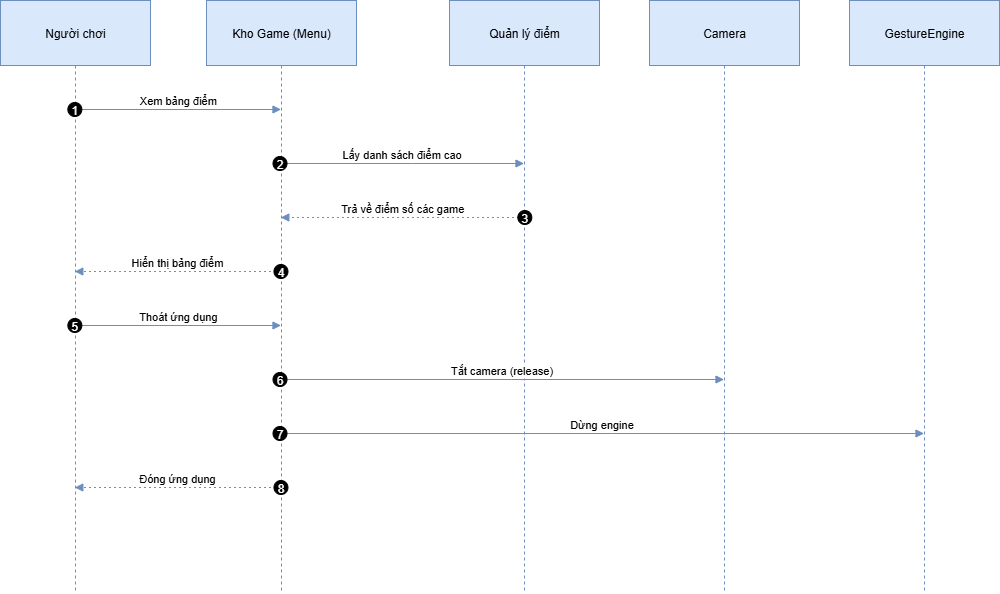
Before: UML/bangdiem.drawio.png, a diagram exported from draw.io (MinhToan4/BTL_PYTHON). Source tidied: cells renumbered, new cells last; positions are measured from the earlier drawing's top-left corner, leaving out a move shared by most shapes. Its diagram source:
```xml
<mxGraphModel>
  <root>
    <mxCell id="0" />
    <mxCell id="1" parent="0" />
    <mxCell id="2" value="Người chơi" style="shape=umlLifeline;perimeter=lifelinePerimeter;whiteSpace=wrap;outlineConnect=0;portConstraint=eastwest;newEdgeStyle={&quot;edgeStyle&quot;:&quot;elbowEdgeStyle&quot;,&quot;elbow&quot;:&quot;vertical&quot;,&quot;curved&quot;:0,&quot;rounded&quot;:0};size=65;fillColor=#dae8fc;strokeColor=#6c8ebf;" parent="1" vertex="1">
      <mxGeometry width="150" height="592" as="geometry" />
    </mxCell>
    <mxCell id="3" value="Kho Game (Menu)" style="shape=umlLifeline;perimeter=lifelinePerimeter;whiteSpace=wrap;outlineConnect=0;portConstraint=eastwest;newEdgeStyle={&quot;edgeStyle&quot;:&quot;elbowEdgeStyle&quot;,&quot;elbow&quot;:&quot;vertical&quot;,&quot;curved&quot;:0,&quot;rounded&quot;:0};size=65;fillColor=#dae8fc;strokeColor=#6c8ebf;" parent="1" vertex="1">
      <mxGeometry x="206" width="150" height="592" as="geometry" />
    </mxCell>
    <mxCell id="4" value="Quản lý điểm" style="shape=umlLifeline;perimeter=lifelinePerimeter;whiteSpace=wrap;outlineConnect=0;portConstraint=eastwest;newEdgeStyle={&quot;edgeStyle&quot;:&quot;elbowEdgeStyle&quot;,&quot;elbow&quot;:&quot;vertical&quot;,&quot;curved&quot;:0,&quot;rounded&quot;:0};size=65;fillColor=#dae8fc;strokeColor=#6c8ebf;" parent="1" vertex="1">
      <mxGeometry x="449" width="150" height="592" as="geometry" />
    </mxCell>
    <mxCell id="5" value="Camera" style="shape=umlLifeline;perimeter=lifelinePerimeter;whiteSpace=wrap;outlineConnect=0;portConstraint=eastwest;newEdgeStyle={&quot;edgeStyle&quot;:&quot;elbowEdgeStyle&quot;,&quot;elbow&quot;:&quot;vertical&quot;,&quot;curved&quot;:0,&quot;rounded&quot;:0};size=65;fillColor=#dae8fc;strokeColor=#6c8ebf;" parent="1" vertex="1">
      <mxGeometry x="649" width="150" height="592" as="geometry" />
    </mxCell>
    <mxCell id="6" value="GestureEngine" style="shape=umlLifeline;perimeter=lifelinePerimeter;whiteSpace=wrap;outlineConnect=0;portConstraint=eastwest;newEdgeStyle={&quot;edgeStyle&quot;:&quot;elbowEdgeStyle&quot;,&quot;elbow&quot;:&quot;vertical&quot;,&quot;curved&quot;:0,&quot;rounded&quot;:0};size=65;fillColor=#dae8fc;strokeColor=#6c8ebf;" parent="1" vertex="1">
      <mxGeometry x="849" width="150" height="592" as="geometry" />
    </mxCell>
    <mxCell id="7" value="Xem bảng điểm" style="verticalAlign=bottom;edgeStyle=elbowEdgeStyle;elbow=vertical;curved=0;rounded=0;endArrow=block;fillColor=#dae8fc;strokeColor=#6c8ebf;" parent="1" edge="1" source="2" target="3">
      <mxGeometry relative="1" as="geometry">
        <Array as="points">
          <mxPoint x="187" y="109" />
        </Array>
      </mxGeometry>
    </mxCell>
    <mxCell id="8" value="1" style="ellipse;fillColor=#000000;align=center;fontColor=#FFFFFF;" parent="7" vertex="1">
      <mxGeometry width="14" height="14" relative="1" as="geometry">
        <mxPoint x="-110.5" y="-7" as="offset" />
      </mxGeometry>
    </mxCell>
    <mxCell id="9" value="Lấy danh sách điểm cao" style="verticalAlign=bottom;edgeStyle=elbowEdgeStyle;elbow=vertical;curved=0;rounded=0;endArrow=block;fillColor=#dae8fc;strokeColor=#6c8ebf;" parent="1" edge="1" source="3" target="4">
      <mxGeometry relative="1" as="geometry">
        <Array as="points">
          <mxPoint x="411" y="163" />
        </Array>
      </mxGeometry>
    </mxCell>
    <mxCell id="10" value="2" style="ellipse;fillColor=#000000;align=center;fontColor=#FFFFFF;" parent="9" vertex="1">
      <mxGeometry width="14" height="14" relative="1" as="geometry">
        <mxPoint x="-129" y="-7" as="offset" />
      </mxGeometry>
    </mxCell>
    <mxCell id="11" value="Trả về điểm số các game" style="verticalAlign=bottom;edgeStyle=elbowEdgeStyle;elbow=vertical;curved=0;rounded=0;dashed=1;dashPattern=2 3;endArrow=block;fillColor=#dae8fc;strokeColor=#6c8ebf;" parent="1" edge="1" source="4" target="3">
      <mxGeometry relative="1" as="geometry">
        <Array as="points">
          <mxPoint x="414" y="217" />
        </Array>
      </mxGeometry>
    </mxCell>
    <mxCell id="12" value="3" style="ellipse;fillColor=#000000;align=center;fontColor=#FFFFFF;" parent="11" vertex="1">
      <mxGeometry width="14" height="14" relative="1" as="geometry">
        <mxPoint x="115" y="-7" as="offset" />
      </mxGeometry>
    </mxCell>
    <mxCell id="13" value="Hiển thị bảng điểm" style="verticalAlign=bottom;edgeStyle=elbowEdgeStyle;elbow=vertical;curved=0;rounded=0;dashed=1;dashPattern=2 3;endArrow=block;fillColor=#dae8fc;strokeColor=#6c8ebf;" parent="1" edge="1" source="3" target="2">
      <mxGeometry relative="1" as="geometry">
        <Array as="points">
          <mxPoint x="190" y="271" />
        </Array>
      </mxGeometry>
    </mxCell>
    <mxCell id="14" value="4" style="ellipse;fillColor=#000000;align=center;fontColor=#FFFFFF;" parent="13" vertex="1">
      <mxGeometry width="14" height="14" relative="1" as="geometry">
        <mxPoint x="96.5" y="-7" as="offset" />
      </mxGeometry>
    </mxCell>
    <mxCell id="15" value="Thoát ứng dụng" style="verticalAlign=bottom;edgeStyle=elbowEdgeStyle;elbow=vertical;curved=0;rounded=0;endArrow=block;fillColor=#dae8fc;strokeColor=#6c8ebf;" parent="1" edge="1" source="2" target="3">
      <mxGeometry relative="1" as="geometry">
        <Array as="points">
          <mxPoint x="187" y="325" />
        </Array>
      </mxGeometry>
    </mxCell>
    <mxCell id="16" value="5" style="ellipse;fillColor=#000000;align=center;fontColor=#FFFFFF;" parent="15" vertex="1">
      <mxGeometry width="14" height="14" relative="1" as="geometry">
        <mxPoint x="-110.5" y="-7" as="offset" />
      </mxGeometry>
    </mxCell>
    <mxCell id="17" value="Tắt camera (release)" style="verticalAlign=bottom;edgeStyle=elbowEdgeStyle;elbow=vertical;curved=0;rounded=0;endArrow=block;fillColor=#dae8fc;strokeColor=#6c8ebf;" parent="1" edge="1" source="3" target="5">
      <mxGeometry relative="1" as="geometry">
        <Array as="points">
          <mxPoint x="511" y="379" />
        </Array>
      </mxGeometry>
    </mxCell>
    <mxCell id="18" value="6" style="ellipse;fillColor=#000000;align=center;fontColor=#FFFFFF;" parent="17" vertex="1">
      <mxGeometry width="14" height="14" relative="1" as="geometry">
        <mxPoint x="-229" y="-7" as="offset" />
      </mxGeometry>
    </mxCell>
    <mxCell id="19" value="Dừng engine" style="verticalAlign=bottom;edgeStyle=elbowEdgeStyle;elbow=vertical;curved=0;rounded=0;endArrow=block;fillColor=#dae8fc;strokeColor=#6c8ebf;" parent="1" edge="1" source="3" target="6">
      <mxGeometry relative="1" as="geometry">
        <Array as="points">
          <mxPoint x="611" y="433" />
        </Array>
      </mxGeometry>
    </mxCell>
    <mxCell id="20" value="7" style="ellipse;fillColor=#000000;align=center;fontColor=#FFFFFF;" parent="19" vertex="1">
      <mxGeometry width="14" height="14" relative="1" as="geometry">
        <mxPoint x="-329" y="-7" as="offset" />
      </mxGeometry>
    </mxCell>
    <mxCell id="21" value="Đóng ứng dụng" style="verticalAlign=bottom;edgeStyle=elbowEdgeStyle;elbow=vertical;curved=0;rounded=0;dashed=1;dashPattern=2 3;endArrow=block;fillColor=#dae8fc;strokeColor=#6c8ebf;" parent="1" edge="1" source="3" target="2">
      <mxGeometry relative="1" as="geometry">
        <Array as="points">
          <mxPoint x="190" y="487" />
        </Array>
      </mxGeometry>
    </mxCell>
    <mxCell id="22" value="8" style="ellipse;fillColor=#000000;align=center;fontColor=#FFFFFF;" parent="21" vertex="1">
      <mxGeometry width="14" height="14" relative="1" as="geometry">
        <mxPoint x="96.5" y="-7" as="offset" />
      </mxGeometry>
    </mxCell>
  </root>
</mxGraphModel>
```
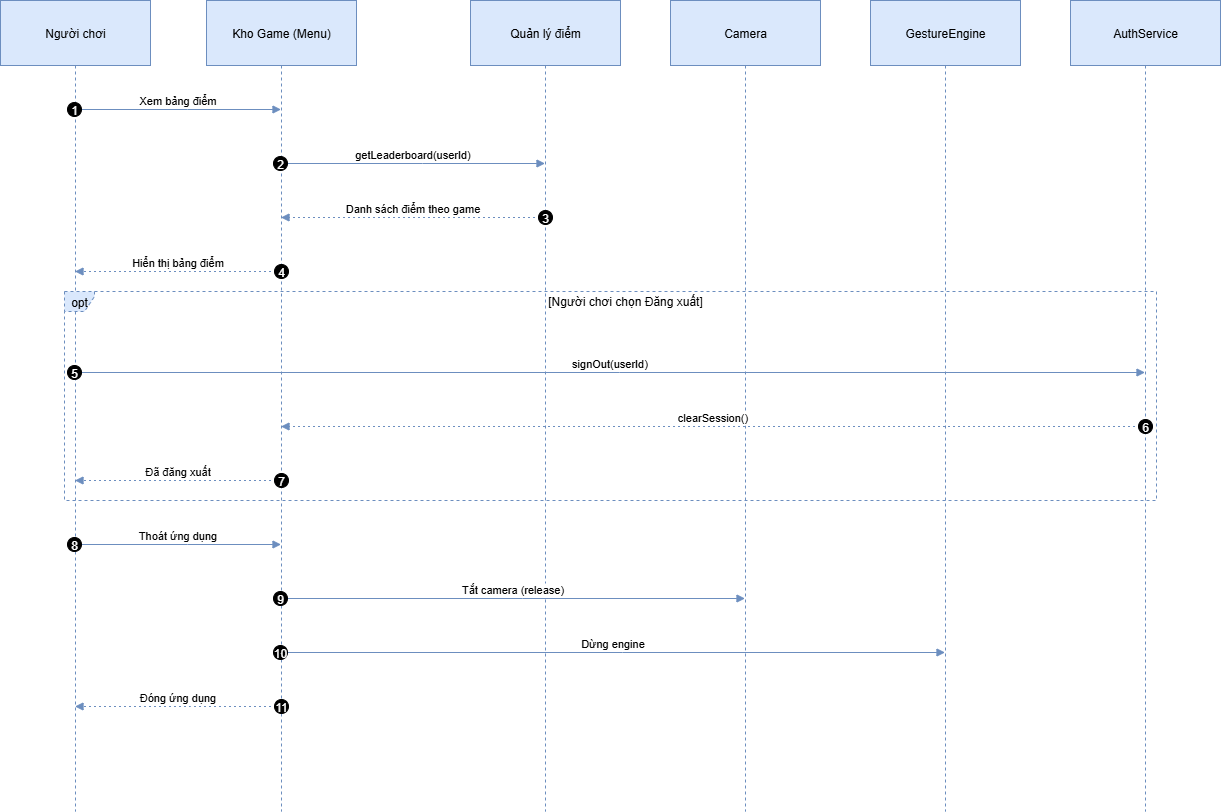
After the change.

What changed in the source:
```diff
@@ -3,24 +3,33 @@
     <mxCell id="0" />
     <mxCell id="1" parent="0" />
     <mxCell id="2" value="Người chơi" style="shape=umlLifeline;perimeter=lifelinePerimeter;whiteSpace=wrap;outlineConnect=0;portConstraint=eastwest;newEdgeStyle={&quot;edgeStyle&quot;:&quot;elbowEdgeStyle&quot;,&quot;elbow&quot;:&quot;vertical&quot;,&quot;curved&quot;:0,&quot;rounded&quot;:0};size=65;fillColor=#dae8fc;strokeColor=#6c8ebf;" parent="1" vertex="1">
-      <mxGeometry width="150" height="592" as="geometry" />
+      <mxGeometry x="-21" width="150" height="811" as="geometry" />
     </mxCell>
     <mxCell id="3" value="Kho Game (Menu)" style="shape=umlLifeline;perimeter=lifelinePerimeter;whiteSpace=wrap;outlineConnect=0;portConstraint=eastwest;newEdgeStyle={&quot;edgeStyle&quot;:&quot;elbowEdgeStyle&quot;,&quot;elbow&quot;:&quot;vertical&quot;,&quot;curved&quot;:0,&quot;rounded&quot;:0};size=65;fillColor=#dae8fc;strokeColor=#6c8ebf;" parent="1" vertex="1">
-      <mxGeometry x="206" width="150" height="592" as="geometry" />
+      <mxGeometry x="185" width="150" height="811" as="geometry" />
     </mxCell>
     <mxCell id="4" value="Quản lý điểm" style="shape=umlLifeline;perimeter=lifelinePerimeter;whiteSpace=wrap;outlineConnect=0;portConstraint=eastwest;newEdgeStyle={&quot;edgeStyle&quot;:&quot;elbowEdgeStyle&quot;,&quot;elbow&quot;:&quot;vertical&quot;,&quot;curved&quot;:0,&quot;rounded&quot;:0};size=65;fillColor=#dae8fc;strokeColor=#6c8ebf;" parent="1" vertex="1">
-      <mxGeometry x="449" width="150" height="592" as="geometry" />
+      <mxGeometry x="449" width="150" height="811" as="geometry" />
     </mxCell>
     <mxCell id="5" value="Camera" style="shape=umlLifeline;perimeter=lifelinePerimeter;whiteSpace=wrap;outlineConnect=0;portConstraint=eastwest;newEdgeStyle={&quot;edgeStyle&quot;:&quot;elbowEdgeStyle&quot;,&quot;elbow&quot;:&quot;vertical&quot;,&quot;curved&quot;:0,&quot;rounded&quot;:0};size=65;fillColor=#dae8fc;strokeColor=#6c8ebf;" parent="1" vertex="1">
-      <mxGeometry x="649" width="150" height="592" as="geometry" />
+      <mxGeometry x="649" width="150" height="811" as="geometry" />
     </mxCell>
     <mxCell id="6" value="GestureEngine" style="shape=umlLifeline;perimeter=lifelinePerimeter;whiteSpace=wrap;outlineConnect=0;portConstraint=eastwest;newEdgeStyle={&quot;edgeStyle&quot;:&quot;elbowEdgeStyle&quot;,&quot;elbow&quot;:&quot;vertical&quot;,&quot;curved&quot;:0,&quot;rounded&quot;:0};size=65;fillColor=#dae8fc;strokeColor=#6c8ebf;" parent="1" vertex="1">
-      <mxGeometry x="849" width="150" height="592" as="geometry" />
+      <mxGeometry x="849" width="150" height="811" as="geometry" />
     </mxCell>
+    <mxCell id="23" value="AuthService" style="shape=umlLifeline;perimeter=lifelinePerimeter;whiteSpace=wrap;outlineConnect=0;portConstraint=eastwest;newEdgeStyle={&quot;edgeStyle&quot;:&quot;elbowEdgeStyle&quot;,&quot;elbow&quot;:&quot;vertical&quot;,&quot;curved&quot;:0,&quot;rounded&quot;:0};size=65;fillColor=#dae8fc;strokeColor=#6c8ebf;" parent="1" vertex="1">
+      <mxGeometry x="1049" width="150" height="811" as="geometry" />
+    </mxCell>
+    <mxCell id="24" value="opt" style="shape=umlFrame;dashed=1;strokeColor=#6c8ebf;height=20;width=30;fillColor=#dae8fc;" parent="1" vertex="1">
+      <mxGeometry x="43" y="291" width="1092" height="209" as="geometry" />
+    </mxCell>
+    <mxCell id="25" value="[Người chơi chọn Đăng xuất]" style="text;strokeColor=none;fillColor=none;align=center;verticalAlign=middle;whiteSpace=wrap;" parent="24" vertex="1">
+      <mxGeometry x="30" width="1062" height="20" as="geometry" />
+    </mxCell>
     <mxCell id="7" value="Xem bảng điểm" style="verticalAlign=bottom;edgeStyle=elbowEdgeStyle;elbow=vertical;curved=0;rounded=0;endArrow=block;fillColor=#dae8fc;strokeColor=#6c8ebf;" parent="1" edge="1" source="2" target="3">
       <mxGeometry relative="1" as="geometry">
         <Array as="points">
-          <mxPoint x="187" y="109" />
+          <mxPoint x="166" y="109" />
         </Array>
       </mxGeometry>
     </mxCell>
@@ -29,34 +38,34 @@
         <mxPoint x="-110.5" y="-7" as="offset" />
       </mxGeometry>
     </mxCell>
-    <mxCell id="9" value="Lấy danh sách điểm cao" style="verticalAlign=bottom;edgeStyle=elbowEdgeStyle;elbow=vertical;curved=0;rounded=0;endArrow=block;fillColor=#dae8fc;strokeColor=#6c8ebf;" parent="1" edge="1" source="3" target="4">
+    <mxCell id="9" value="getLeaderboard(userId)" style="verticalAlign=bottom;edgeStyle=elbowEdgeStyle;elbow=vertical;curved=0;rounded=0;endArrow=block;fillColor=#dae8fc;strokeColor=#6c8ebf;" parent="1" edge="1" source="3" target="4">
       <mxGeometry relative="1" as="geometry">
         <Array as="points">
-          <mxPoint x="411" y="163" />
+          <mxPoint x="401" y="163" />
         </Array>
       </mxGeometry>
     </mxCell>
     <mxCell id="10" value="2" style="ellipse;fillColor=#000000;align=center;fontColor=#FFFFFF;" parent="9" vertex="1">
       <mxGeometry width="14" height="14" relative="1" as="geometry">
-        <mxPoint x="-129" y="-7" as="offset" />
+        <mxPoint x="-139.5" y="-7" as="offset" />
       </mxGeometry>
     </mxCell>
-    <mxCell id="11" value="Trả về điểm số các game" style="verticalAlign=bottom;edgeStyle=elbowEdgeStyle;elbow=vertical;curved=0;rounded=0;dashed=1;dashPattern=2 3;endArrow=block;fillColor=#dae8fc;strokeColor=#6c8ebf;" parent="1" edge="1" source="4" target="3">
+    <mxCell id="11" value="Danh sách điểm theo game" style="verticalAlign=bottom;edgeStyle=elbowEdgeStyle;elbow=vertical;curved=0;rounded=0;dashed=1;dashPattern=2 3;endArrow=block;fillColor=#dae8fc;strokeColor=#6c8ebf;" parent="1" edge="1" source="4" target="3">
       <mxGeometry relative="1" as="geometry">
         <Array as="points">
-          <mxPoint x="414" y="217" />
+          <mxPoint x="404" y="217" />
         </Array>
       </mxGeometry>
     </mxCell>
     <mxCell id="12" value="3" style="ellipse;fillColor=#000000;align=center;fontColor=#FFFFFF;" parent="11" vertex="1">
       <mxGeometry width="14" height="14" relative="1" as="geometry">
-        <mxPoint x="115" y="-7" as="offset" />
+        <mxPoint x="125.5" y="-7" as="offset" />
       </mxGeometry>
     </mxCell>
     <mxCell id="13" value="Hiển thị bảng điểm" style="verticalAlign=bottom;edgeStyle=elbowEdgeStyle;elbow=vertical;curved=0;rounded=0;dashed=1;dashPattern=2 3;endArrow=block;fillColor=#dae8fc;strokeColor=#6c8ebf;" parent="1" edge="1" source="3" target="2">
       <mxGeometry relative="1" as="geometry">
         <Array as="points">
-          <mxPoint x="190" y="271" />
+          <mxPoint x="169" y="271" />
         </Array>
       </mxGeometry>
     </mxCell>
@@ -65,53 +74,89 @@
         <mxPoint x="96.5" y="-7" as="offset" />
       </mxGeometry>
     </mxCell>
+    <mxCell id="26" value="signOut(userId)" style="verticalAlign=bottom;edgeStyle=elbowEdgeStyle;elbow=vertical;curved=0;rounded=0;endArrow=block;fillColor=#dae8fc;strokeColor=#6c8ebf;" parent="1" edge="1" source="2" target="23">
+      <mxGeometry relative="1" as="geometry">
+        <Array as="points">
+          <mxPoint x="598" y="372" />
+        </Array>
+      </mxGeometry>
+    </mxCell>
+    <mxCell id="16" value="5" style="ellipse;fillColor=#000000;align=center;fontColor=#FFFFFF;" parent="26" vertex="1">
+      <mxGeometry width="14" height="14" relative="1" as="geometry">
+        <mxPoint x="-542.5" y="-7" as="offset" />
+      </mxGeometry>
+    </mxCell>
+    <mxCell id="27" value="clearSession()" style="verticalAlign=bottom;edgeStyle=elbowEdgeStyle;elbow=vertical;curved=0;rounded=0;dashed=1;dashPattern=2 3;endArrow=block;fillColor=#dae8fc;strokeColor=#6c8ebf;" parent="1" edge="1" source="23" target="3">
+      <mxGeometry relative="1" as="geometry">
+        <Array as="points">
+          <mxPoint x="704" y="426" />
+        </Array>
+      </mxGeometry>
+    </mxCell>
+    <mxCell id="18" value="6" style="ellipse;fillColor=#000000;align=center;fontColor=#FFFFFF;" parent="27" vertex="1">
+      <mxGeometry width="14" height="14" relative="1" as="geometry">
+        <mxPoint x="425.5" y="-7" as="offset" />
+      </mxGeometry>
+    </mxCell>
+    <mxCell id="28" value="Đã đăng xuất" style="verticalAlign=bottom;edgeStyle=elbowEdgeStyle;elbow=vertical;curved=0;rounded=0;dashed=1;dashPattern=2 3;endArrow=block;fillColor=#dae8fc;strokeColor=#6c8ebf;" parent="1" edge="1" source="3" target="2">
+      <mxGeometry relative="1" as="geometry">
+        <Array as="points">
+          <mxPoint x="169" y="480" />
+        </Array>
+      </mxGeometry>
+    </mxCell>
+    <mxCell id="20" value="7" style="ellipse;fillColor=#000000;align=center;fontColor=#FFFFFF;" parent="28" vertex="1">
+      <mxGeometry width="14" height="14" relative="1" as="geometry">
+        <mxPoint x="96.5" y="-7" as="offset" />
+      </mxGeometry>
+    </mxCell>
     <mxCell id="15" value="Thoát ứng dụng" style="verticalAlign=bottom;edgeStyle=elbowEdgeStyle;elbow=vertical;curved=0;rounded=0;endArrow=block;fillColor=#dae8fc;strokeColor=#6c8ebf;" parent="1" edge="1" source="2" target="3">
       <mxGeometry relative="1" as="geometry">
         <Array as="points">
-          <mxPoint x="187" y="325" />
+          <mxPoint x="166" y="544" />
         </Array>
       </mxGeometry>
     </mxCell>
-    <mxCell id="16" value="5" style="ellipse;fillColor=#000000;align=center;fontColor=#FFFFFF;" parent="15" vertex="1">
-      <mxGeometry width="14" height="14" relative="1" as="geometry">
-        <mxPoint x="-110.5" y="-7" as="offset" />
-      </mxGeometry>
-    </mxCell>
+    <mxCell id="22" value="8" style="ellipse;fillColor=#000000;align=center;fontColor=#FFFFFF;" parent="15" vertex="1">
+      <mxGeometry width="14" height="14" relative="1" as="geometry">
+        <mxPoint x="-110.5" y="-7" as="offset" />
+      </mxGeometry>
+    </mxCell>
     <mxCell id="17" value="Tắt camera (release)" style="verticalAlign=bottom;edgeStyle=elbowEdgeStyle;elbow=vertical;curved=0;rounded=0;endArrow=block;fillColor=#dae8fc;strokeColor=#6c8ebf;" parent="1" edge="1" source="3" target="5">
       <mxGeometry relative="1" as="geometry">
         <Array as="points">
-          <mxPoint x="511" y="379" />
+          <mxPoint x="501" y="598" />
         </Array>
       </mxGeometry>
     </mxCell>
-    <mxCell id="18" value="6" style="ellipse;fillColor=#000000;align=center;fontColor=#FFFFFF;" parent="17" vertex="1">
-      <mxGeometry width="14" height="14" relative="1" as="geometry">
-        <mxPoint x="-229" y="-7" as="offset" />
-      </mxGeometry>
-    </mxCell>
+    <mxCell id="29" value="9" style="ellipse;fillColor=#000000;align=center;fontColor=#FFFFFF;" parent="17" vertex="1">
+      <mxGeometry width="14" height="14" relative="1" as="geometry">
+        <mxPoint x="-239.5" y="-7" as="offset" />
+      </mxGeometry>
+    </mxCell>
     <mxCell id="19" value="Dừng engine" style="verticalAlign=bottom;edgeStyle=elbowEdgeStyle;elbow=vertical;curved=0;rounded=0;endArrow=block;fillColor=#dae8fc;strokeColor=#6c8ebf;" parent="1" edge="1" source="3" target="6">
       <mxGeometry relative="1" as="geometry">
         <Array as="points">
-          <mxPoint x="611" y="433" />
+          <mxPoint x="601" y="652" />
         </Array>
       </mxGeometry>
     </mxCell>
-    <mxCell id="20" value="7" style="ellipse;fillColor=#000000;align=center;fontColor=#FFFFFF;" parent="19" vertex="1">
-      <mxGeometry width="14" height="14" relative="1" as="geometry">
-        <mxPoint x="-329" y="-7" as="offset" />
-      </mxGeometry>
-    </mxCell>
+    <mxCell id="30" value="10" style="ellipse;fillColor=#000000;align=center;fontColor=#FFFFFF;" parent="19" vertex="1">
+      <mxGeometry width="14" height="14" relative="1" as="geometry">
+        <mxPoint x="-339.5" y="-7" as="offset" />
+      </mxGeometry>
+    </mxCell>
     <mxCell id="21" value="Đóng ứng dụng" style="verticalAlign=bottom;edgeStyle=elbowEdgeStyle;elbow=vertical;curved=0;rounded=0;dashed=1;dashPattern=2 3;endArrow=block;fillColor=#dae8fc;strokeColor=#6c8ebf;" parent="1" edge="1" source="3" target="2">
       <mxGeometry relative="1" as="geometry">
         <Array as="points">
-          <mxPoint x="190" y="487" />
+          <mxPoint x="169" y="706" />
         </Array>
       </mxGeometry>
     </mxCell>
-    <mxCell id="22" value="8" style="ellipse;fillColor=#000000;align=center;fontColor=#FFFFFF;" parent="21" vertex="1">
-      <mxGeometry width="14" height="14" relative="1" as="geometry">
-        <mxPoint x="96.5" y="-7" as="offset" />
-      </mxGeometry>
-    </mxCell>
+    <mxCell id="31" value="11" style="ellipse;fillColor=#000000;align=center;fontColor=#FFFFFF;" parent="21" vertex="1">
+      <mxGeometry width="14" height="14" relative="1" as="geometry">
+        <mxPoint x="96.5" y="-7" as="offset" />
+      </mxGeometry>
+    </mxCell>
   </root>
 </mxGraphModel>
```
